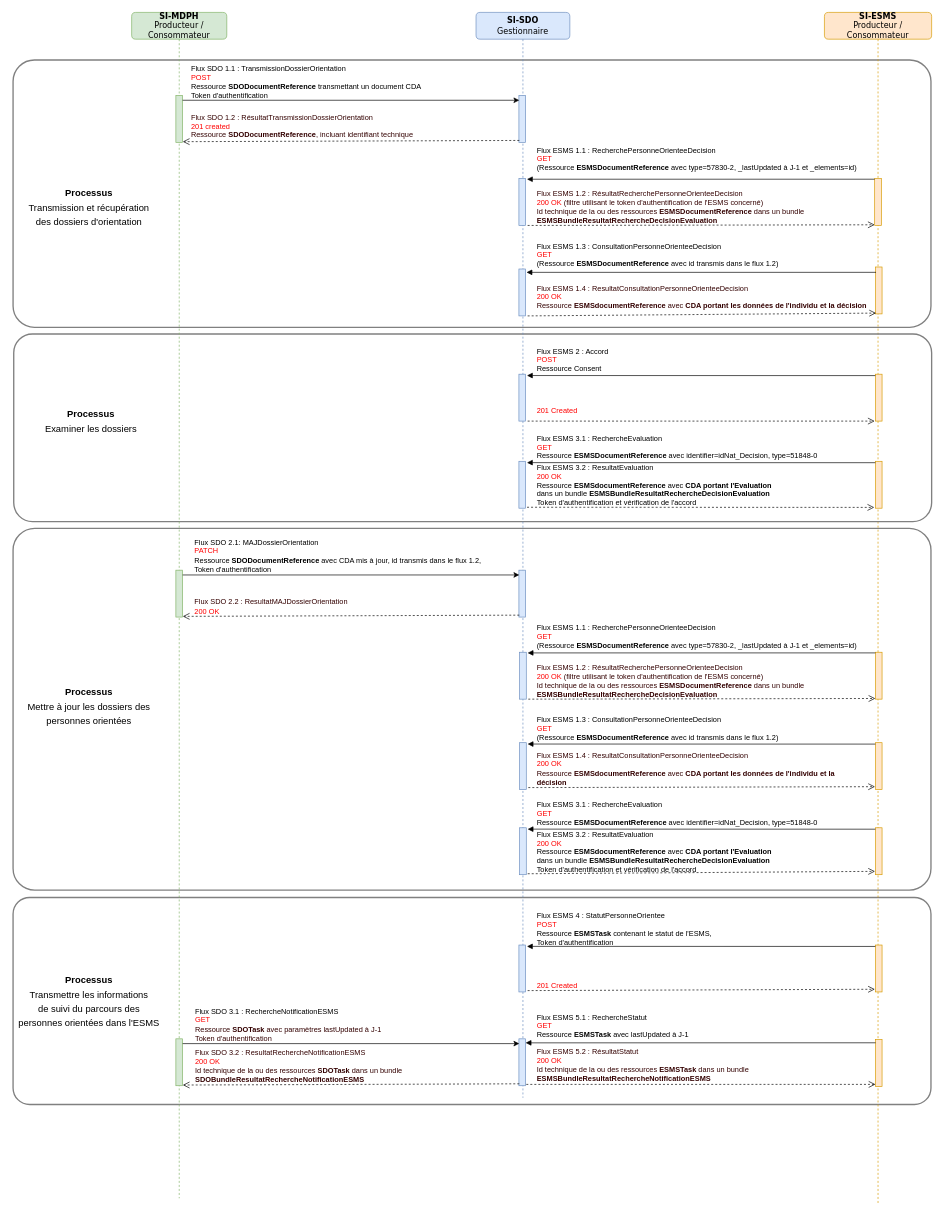
Above: input/images/DiagrammeSequence_Global.drawio in ansforge/IG-fhir-medicosocial-suivi-decisions-orientation (draw.io), before the change. Source tidied: cells renumbered, new cells numbered last; positions are measured from the earlier drawing's top-left corner, leaving out a move shared by most shapes. Both pictures are drawn from the tidied source at 67%, with x=0, y=0 at pixel (11, 12).
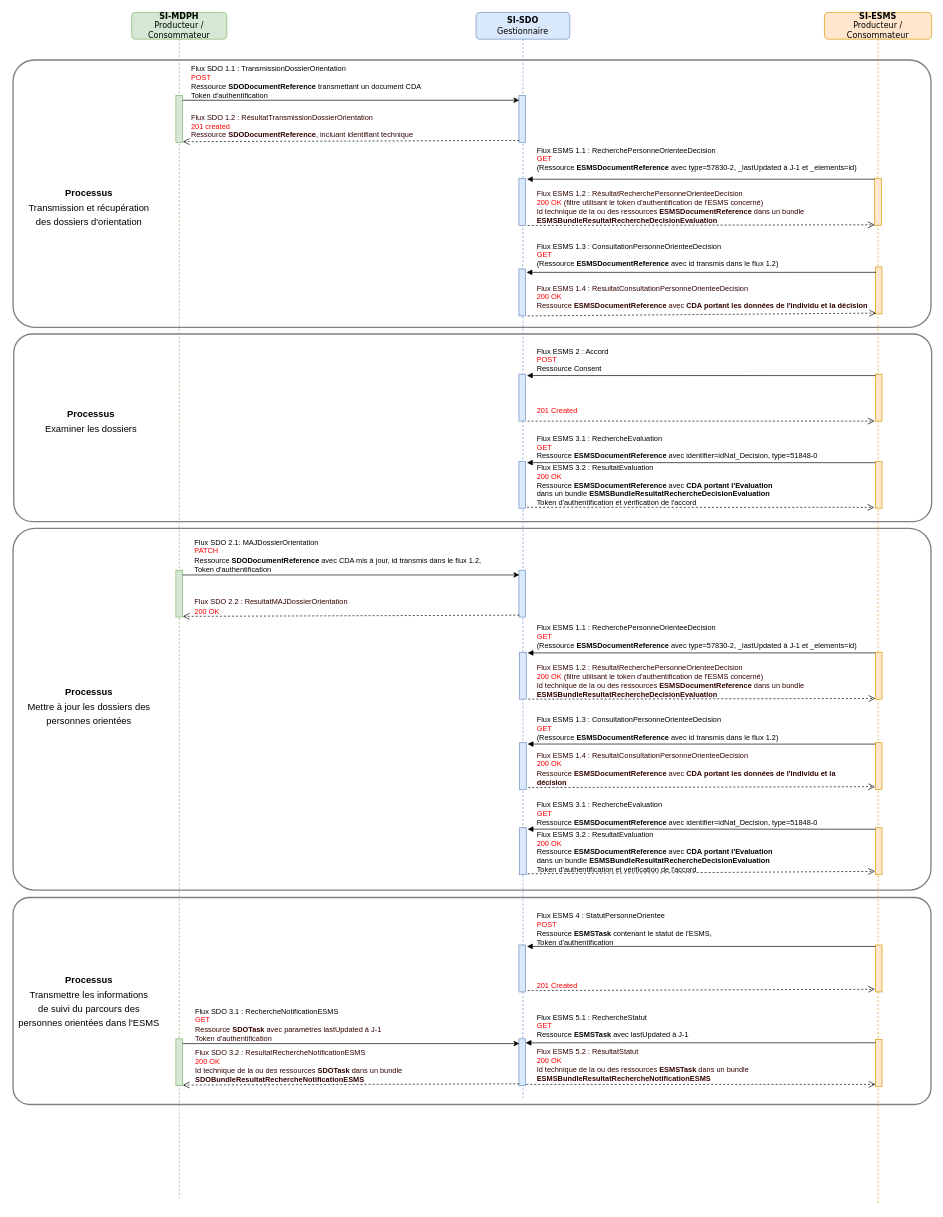
After the change.

Commit message (it also covers changes not shown here):
Correction majuscule dans le diagramme

The change refers to these unchanged cells:
```xml
<mxCell id="5" value="&lt;b&gt;SI-ESMS&lt;/b&gt;&lt;br&gt;Producteur / Consommateur" style="shape=umlLifeline;perimeter=lifelinePerimeter;whiteSpace=wrap;html=1;rounded=1;shadow=0;comic=0;labelBackgroundColor=none;strokeWidth=1;fontFamily=Verdana;fontSize=12;align=center;fillColor=#ffe6cc;strokeColor=#d79b00;" parent="1" vertex="1">
  <mxGeometry x="1213" width="160" height="1780" as="geometry" />
</mxCell>
```

What changed in the source:
```diff
@@
-    <mxCell id="12" value="&lt;div style=&quot;&quot;&gt;&lt;span style=&quot;background-color: rgb(255, 255, 255); color: rgb(51, 0, 0);&quot;&gt;Flux ESMS 1.4 : ResultatConsultationPersonneOrienteeDecision&lt;/span&gt;&lt;/div&gt;&lt;div style=&quot;background-color: rgb(255, 255, 255);&quot;&gt;200 OK&lt;/div&gt;&lt;div style=&quot;color: rgb(51, 0, 0);&quot;&gt;Ressource &lt;b&gt;ESMSdocumentReference &lt;/b&gt;avec &lt;b&gt;CDA portant les données de l'individu et la&amp;nbsp;&lt;/b&gt;&lt;/div&gt;&lt;div style=&quot;color: rgb(51, 0, 0);&quot;&gt;&lt;b&gt;décision&lt;/b&gt;&lt;/div&gt;" style="text;html=1;align=left;verticalAlign=middle;strokeColor=none;fillColor=none;fontSize=11;fontFamily=Helvetica;fontColor=#FF0000;" parent="5" vertex="1">
+    <mxCell id="12" value="&lt;div style=&quot;&quot;&gt;&lt;span style=&quot;background-color: rgb(255, 255, 255); color: rgb(51, 0, 0);&quot;&gt;Flux ESMS 1.4 : ResultatConsultationPersonneOrienteeDecision&lt;/span&gt;&lt;/div&gt;&lt;div style=&quot;background-color: rgb(255, 255, 255);&quot;&gt;200 OK&lt;/div&gt;&lt;div style=&quot;color: rgb(51, 0, 0);&quot;&gt;Ressource &lt;b&gt;ESMSDocumentReference &lt;/b&gt;avec &lt;b&gt;CDA portant les données de l'individu et la&amp;nbsp;&lt;/b&gt;&lt;/div&gt;&lt;div style=&quot;color: rgb(51, 0, 0);&quot;&gt;&lt;b&gt;décision&lt;/b&gt;&lt;/div&gt;" style="text;html=1;align=left;verticalAlign=middle;strokeColor=none;fillColor=none;fontSize=11;fontFamily=Helvetica;fontColor=#FF0000;" parent="5" vertex="1">
       <mxGeometry x="-431" y="1094" width="470" height="70" as="geometry" />
     </mxCell>
@@
-    <mxCell id="54" value="&lt;div style=&quot;&quot;&gt;&lt;font style=&quot;&quot; color=&quot;#000000&quot;&gt;Flux ESMS 3.2 : ResultatEvaluation&lt;/font&gt;&lt;/div&gt;&lt;div style=&quot;&quot;&gt;200 OK&lt;/div&gt;&lt;div style=&quot;&quot;&gt;&lt;font color=&quot;#000000&quot;&gt;Ressource &lt;b&gt;ESMSdocumentReference &lt;/b&gt;avec&lt;b&gt; CDA portant l'Evaluation&amp;nbsp;&lt;/b&gt;&lt;/font&gt;&lt;/div&gt;&lt;div style=&quot;&quot;&gt;&lt;font color=&quot;#000000&quot;&gt;dans un bundle&amp;nbsp;&lt;b&gt;ESMSBundleResultatRechercheDecisionEvaluation&lt;/b&gt;&lt;/font&gt;&lt;/div&gt;&lt;div style=&quot;&quot;&gt;&lt;font style=&quot;&quot; color=&quot;#000000&quot;&gt;Token d'authentification et vérification de l'accord&lt;/font&gt;&lt;/div&gt;" style="text;html=1;align=left;verticalAlign=middle;strokeColor=none;fillColor=none;fontSize=11;fontFamily=Helvetica;fontColor=#FF0000;" parent="1" vertex="1">
+    <mxCell id="54" value="&lt;div style=&quot;&quot;&gt;&lt;font color=&quot;#000000&quot;&gt;Flux ESMS 3.2 : ResultatEvaluation&lt;/font&gt;&lt;/div&gt;&lt;div style=&quot;&quot;&gt;200 OK&lt;/div&gt;&lt;div style=&quot;&quot;&gt;&lt;font color=&quot;#000000&quot;&gt;Ressource &lt;b&gt;ESMSDocumentReference &lt;/b&gt;avec&lt;b&gt; CDA portant l'Evaluation&amp;nbsp;&lt;/b&gt;&lt;/font&gt;&lt;/div&gt;&lt;div style=&quot;&quot;&gt;&lt;font color=&quot;#000000&quot;&gt;dans un bundle&amp;nbsp;&lt;b&gt;ESMSBundleResultatRechercheDecisionEvaluation&lt;/b&gt;&lt;/font&gt;&lt;/div&gt;&lt;div style=&quot;&quot;&gt;&lt;font color=&quot;#000000&quot;&gt;Token d'authentification et vérification de l'accord&lt;/font&gt;&lt;/div&gt;" style="text;html=1;align=left;verticalAlign=middle;strokeColor=none;fillColor=none;fontSize=11;fontFamily=Helvetica;fontColor=#FF0000;" parent="1" vertex="1">
       <mxGeometry x="782" y="666" width="380" height="80" as="geometry" />
     </mxCell>
@@
-    <mxCell id="82" value="&lt;div style=&quot;&quot;&gt;&lt;font style=&quot;&quot; color=&quot;#000000&quot;&gt;Flux ESMS 3.2 : ResultatEvaluation&lt;/font&gt;&lt;/div&gt;&lt;div style=&quot;&quot;&gt;200 OK&lt;/div&gt;&lt;div style=&quot;&quot;&gt;&lt;font color=&quot;#000000&quot;&gt;Ressource &lt;b&gt;ESMSdocumentReference &lt;/b&gt;avec&lt;b&gt; CDA portant l'Evaluation&amp;nbsp;&lt;/b&gt;&lt;/font&gt;&lt;/div&gt;&lt;div style=&quot;&quot;&gt;&lt;font color=&quot;#000000&quot;&gt;dans un bundle&amp;nbsp;&lt;b&gt;ESMSBundleResultatRechercheDecisionEvaluation&lt;/b&gt;&lt;/font&gt;&lt;/div&gt;&lt;div style=&quot;&quot;&gt;&lt;font style=&quot;&quot; color=&quot;#000000&quot;&gt;Token d'authentification et vérification de l'accord&lt;/font&gt;&lt;/div&gt;" style="text;html=1;align=left;verticalAlign=middle;strokeColor=none;fillColor=none;fontSize=11;fontFamily=Helvetica;fontColor=#FF0000;" parent="1" vertex="1">
+    <mxCell id="82" value="&lt;div style=&quot;&quot;&gt;&lt;font color=&quot;#000000&quot;&gt;Flux ESMS 3.2 : ResultatEvaluation&lt;/font&gt;&lt;/div&gt;&lt;div style=&quot;&quot;&gt;200 OK&lt;/div&gt;&lt;div style=&quot;&quot;&gt;&lt;font color=&quot;#000000&quot;&gt;Ressource &lt;b&gt;ESMSDocumentReference &lt;/b&gt;avec&lt;b&gt; CDA portant l'Evaluation&amp;nbsp;&lt;/b&gt;&lt;/font&gt;&lt;/div&gt;&lt;div style=&quot;&quot;&gt;&lt;font color=&quot;#000000&quot;&gt;dans un bundle&amp;nbsp;&lt;b&gt;ESMSBundleResultatRechercheDecisionEvaluation&lt;/b&gt;&lt;/font&gt;&lt;/div&gt;&lt;div style=&quot;&quot;&gt;&lt;font color=&quot;#000000&quot;&gt;Token d'authentification et vérification de l'accord&lt;/font&gt;&lt;/div&gt;" style="text;html=1;align=left;verticalAlign=middle;strokeColor=none;fillColor=none;fontSize=11;fontFamily=Helvetica;fontColor=#FF0000;" parent="1" vertex="1">
       <mxGeometry x="782" y="1213" width="380" height="80" as="geometry" />
     </mxCell>
-    <mxCell id="83" value="&lt;div style=&quot;&quot;&gt;&lt;span style=&quot;background-color: rgb(255, 255, 255); color: rgb(51, 0, 0);&quot;&gt;Flux ESMS 1.4 : ResultatConsultationPersonneOrienteeDecision&lt;/span&gt;&lt;/div&gt;&lt;div style=&quot;background-color: rgb(255, 255, 255);&quot;&gt;200 OK&lt;/div&gt;&lt;div style=&quot;color: rgb(51, 0, 0);&quot;&gt;Ressource &lt;b&gt;ESMSdocumentReference &lt;/b&gt;avec &lt;b&gt;CDA portant les données de l'individu et la décision&lt;/b&gt;&lt;/div&gt;" style="text;html=1;align=left;verticalAlign=middle;strokeColor=none;fillColor=none;fontSize=11;fontFamily=Helvetica;fontColor=#FF0000;" parent="1" vertex="1">
+    <mxCell id="83" value="&lt;div style=&quot;&quot;&gt;&lt;span style=&quot;background-color: rgb(255, 255, 255); color: rgb(51, 0, 0);&quot;&gt;Flux ESMS 1.4 : ResultatConsultationPersonneOrienteeDecision&lt;/span&gt;&lt;/div&gt;&lt;div style=&quot;background-color: rgb(255, 255, 255);&quot;&gt;200 OK&lt;/div&gt;&lt;div style=&quot;color: rgb(51, 0, 0);&quot;&gt;Ressource &lt;b&gt;ESMSDocumentReference &lt;/b&gt;avec &lt;b&gt;CDA portant les données de l'individu et la décision&lt;/b&gt;&lt;/div&gt;" style="text;html=1;align=left;verticalAlign=middle;strokeColor=none;fillColor=none;fontSize=11;fontFamily=Helvetica;fontColor=#FF0000;" parent="1" vertex="1">
       <mxGeometry x="782" y="400" width="520" height="50" as="geometry" />
     </mxCell>
```
